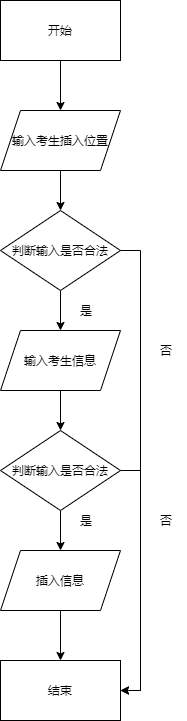
Earlier version of the draw.io export CourseDesignOfDataStructure/picture/p1/Insert().png (Shotray/Gaint). Source tidied: cells renumbered, new cells last; positions are measured from the earlier drawing's top-left corner, leaving out a move shared by most shapes.
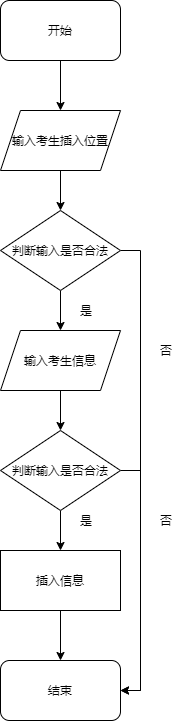
After the commit.

What changed in the source:
```diff
@@ -2,12 +2,11 @@
   <root>
     <mxCell id="0" />
     <mxCell id="1" parent="0" />
-    <mxCell id="2" style="edgeStyle=orthogonalEdgeStyle;rounded=0;jettySize=auto;html=1;exitX=0.5;exitY=1;exitDx=0;exitDy=0;entryX=0.5;entryY=0;entryDx=0;entryDy=0;" parent="1" edge="1" source="3" target="5">
-      <mxGeometry relative="1" as="geometry" />
+    <mxCell id="2" style="edgeStyle=orthogonalEdgeStyle;rounded=0;jettySize=auto;html=1;exitX=0.5;exitY=1;exitDx=0;exitDy=0;entryX=0.5;entryY=0;entryDx=0;entryDy=0;" parent="1" edge="1" target="5">
+      <mxGeometry relative="1" as="geometry">
+        <mxPoint x="60" y="60" as="sourcePoint" />
+      </mxGeometry>
     </mxCell>
-    <mxCell id="3" value="开始" style="rounded=0;whiteSpace=wrap;html=1;" parent="1" vertex="1">
-      <mxGeometry width="120" height="60" as="geometry" />
-    </mxCell>
     <mxCell id="4" style="edgeStyle=orthogonalEdgeStyle;rounded=0;jettySize=auto;html=1;exitX=0.5;exitY=1;exitDx=0;exitDy=0;entryX=0.5;entryY=0;entryDx=0;entryDy=0;" parent="1" edge="1" source="5" target="8">
       <mxGeometry relative="1" as="geometry" />
     </mxCell>
@@ -17,8 +16,14 @@
     <mxCell id="6" style="edgeStyle=orthogonalEdgeStyle;rounded=0;jettySize=auto;html=1;exitX=0.5;exitY=1;exitDx=0;exitDy=0;entryX=0.5;entryY=0;entryDx=0;entryDy=0;" parent="1" edge="1" source="8" target="10">
       <mxGeometry relative="1" as="geometry" />
     </mxCell>
-    <mxCell id="7" style="edgeStyle=orthogonalEdgeStyle;rounded=0;jettySize=auto;html=1;exitX=1;exitY=0.5;exitDx=0;exitDy=0;entryX=1;entryY=0.5;entryDx=0;entryDy=0;" parent="1" edge="1" source="8" target="16">
-      <mxGeometry relative="1" as="geometry" />
+    <mxCell id="7" style="edgeStyle=orthogonalEdgeStyle;rounded=0;jettySize=auto;html=1;exitX=1;exitY=0.5;exitDx=0;exitDy=0;entryX=1;entryY=0.5;entryDx=0;entryDy=0;" parent="1" edge="1" source="8">
+      <mxGeometry relative="1" as="geometry">
+        <mxPoint x="120" y="690" as="targetPoint" />
+        <Array as="points">
+          <mxPoint x="140" y="250" />
+          <mxPoint x="140" y="690" />
+        </Array>
+      </mxGeometry>
     </mxCell>
     <mxCell id="8" value="判断输入是否合法" style="rhombus;whiteSpace=wrap;html=1;" parent="1" vertex="1">
       <mxGeometry y="210" width="120" height="80" as="geometry" />
@@ -29,8 +34,10 @@
     <mxCell id="10" value="输入考生信息" style="shape=parallelogram;perimeter=parallelogramPerimeter;whiteSpace=wrap;html=1;fixedSize=1;" parent="1" vertex="1">
       <mxGeometry y="330" width="120" height="60" as="geometry" />
     </mxCell>
-    <mxCell id="11" style="edgeStyle=orthogonalEdgeStyle;rounded=0;jettySize=auto;html=1;exitX=0.5;exitY=1;exitDx=0;exitDy=0;entryX=0.5;entryY=0;entryDx=0;entryDy=0;" parent="1" edge="1" source="13" target="15">
-      <mxGeometry relative="1" as="geometry" />
+    <mxCell id="11" style="edgeStyle=orthogonalEdgeStyle;rounded=0;jettySize=auto;html=1;exitX=0.5;exitY=1;exitDx=0;exitDy=0;entryX=0.5;entryY=0;entryDx=0;entryDy=0;" parent="1" edge="1" source="13">
+      <mxGeometry relative="1" as="geometry">
+        <mxPoint x="60" y="550" as="targetPoint" />
+      </mxGeometry>
     </mxCell>
     <mxCell id="12" style="edgeStyle=orthogonalEdgeStyle;rounded=0;jettySize=auto;html=1;exitX=1;exitY=0.5;exitDx=0;exitDy=0;entryX=1;entryY=0.5;entryDx=0;entryDy=0;" parent="1" edge="1" source="13" target="16">
       <mxGeometry relative="1" as="geometry" />
@@ -38,15 +45,12 @@
     <mxCell id="13" value="判断输入是否合法" style="rhombus;whiteSpace=wrap;html=1;" parent="1" vertex="1">
       <mxGeometry y="430" width="120" height="80" as="geometry" />
     </mxCell>
-    <mxCell id="14" style="edgeStyle=orthogonalEdgeStyle;rounded=0;jettySize=auto;html=1;exitX=0.5;exitY=1;exitDx=0;exitDy=0;entryX=0.5;entryY=0;entryDx=0;entryDy=0;" parent="1" edge="1" source="15" target="16">
-      <mxGeometry relative="1" as="geometry" />
+    <mxCell id="14" style="edgeStyle=orthogonalEdgeStyle;rounded=0;orthogonalLoop=1;jettySize=auto;html=1;exitX=0.5;exitY=1;exitDx=0;exitDy=0;entryX=0.5;entryY=0;entryDx=0;entryDy=0;" parent="1" edge="1">
+      <mxGeometry relative="1" as="geometry">
+        <mxPoint x="60" y="610" as="sourcePoint" />
+        <mxPoint x="60" y="660" as="targetPoint" />
+      </mxGeometry>
     </mxCell>
-    <mxCell id="15" value="插入信息" style="shape=parallelogram;perimeter=parallelogramPerimeter;whiteSpace=wrap;html=1;fixedSize=1;" parent="1" vertex="1">
-      <mxGeometry y="550" width="120" height="60" as="geometry" />
-    </mxCell>
-    <mxCell id="16" value="结束" style="rounded=0;whiteSpace=wrap;html=1;" parent="1" vertex="1">
-      <mxGeometry y="660" width="120" height="60" as="geometry" />
-    </mxCell>
     <mxCell id="17" value="是" style="text;html=1;strokeColor=none;fillColor=none;align=center;verticalAlign=middle;whiteSpace=wrap;rounded=0;" parent="1" vertex="1">
       <mxGeometry x="66" y="300" width="40" height="20" as="geometry" />
     </mxCell>
@@ -59,5 +63,14 @@
     <mxCell id="20" value="否" style="text;html=1;strokeColor=none;fillColor=none;align=center;verticalAlign=middle;whiteSpace=wrap;rounded=0;" parent="1" vertex="1">
       <mxGeometry x="146" y="510" width="40" height="20" as="geometry" />
     </mxCell>
+    <mxCell id="3" value="开始" style="rounded=1;whiteSpace=wrap;html=1;" parent="1" vertex="1">
+      <mxGeometry width="120" height="60" as="geometry" />
+    </mxCell>
+    <mxCell id="16" value="结束&lt;br&gt;" style="rounded=1;whiteSpace=wrap;html=1;" parent="1" vertex="1">
+      <mxGeometry y="660" width="120" height="60" as="geometry" />
+    </mxCell>
+    <mxCell id="15" value="插入信息" style="rounded=0;whiteSpace=wrap;html=1;" parent="1" vertex="1">
+      <mxGeometry y="550" width="120" height="60" as="geometry" />
+    </mxCell>
   </root>
 </mxGraphModel>
```
